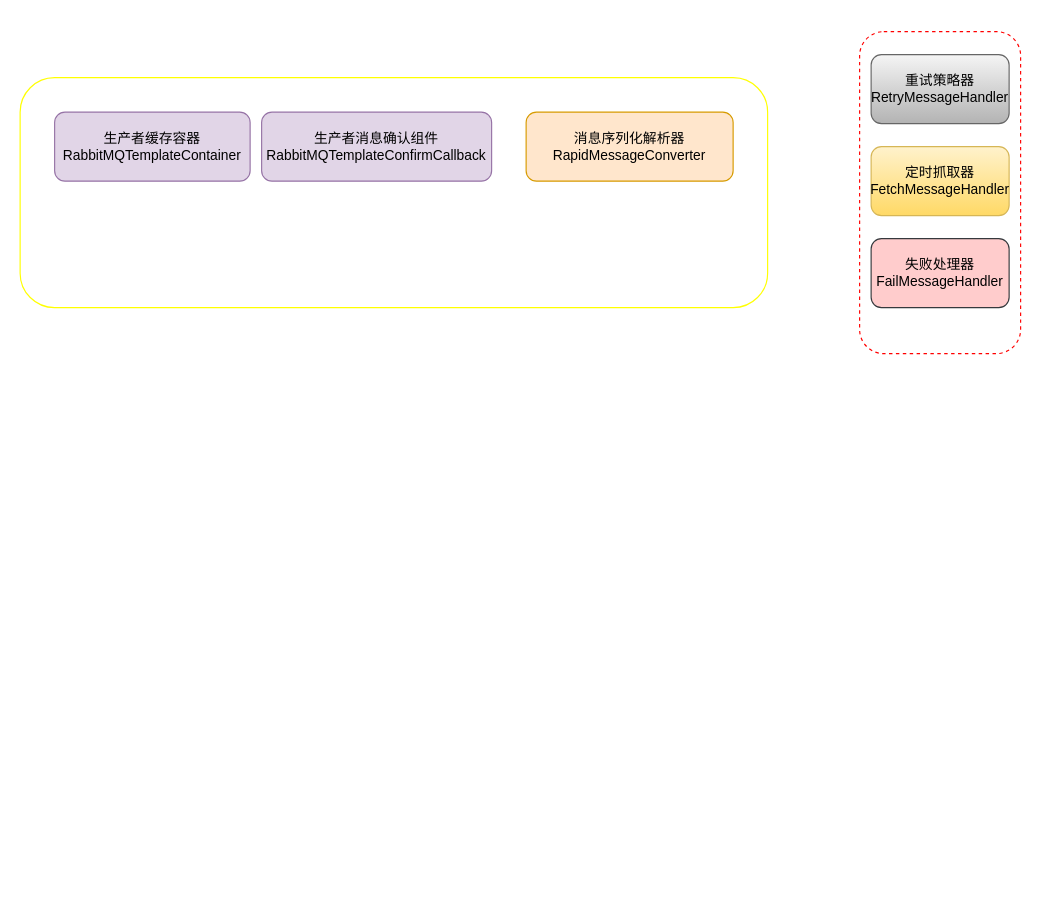
Earlier version of the draw.io diagram src/Untitled Diagram.drawio (Yaphatesheart/goodStomach). Source tidied: cells renumbered, new cells numbered last; positions are measured from the earlier drawing's top-left corner, leaving out a move shared by most shapes. Both pictures are drawn from the tidied source at 115%, with x=0, y=0 at pixel (20, 31).
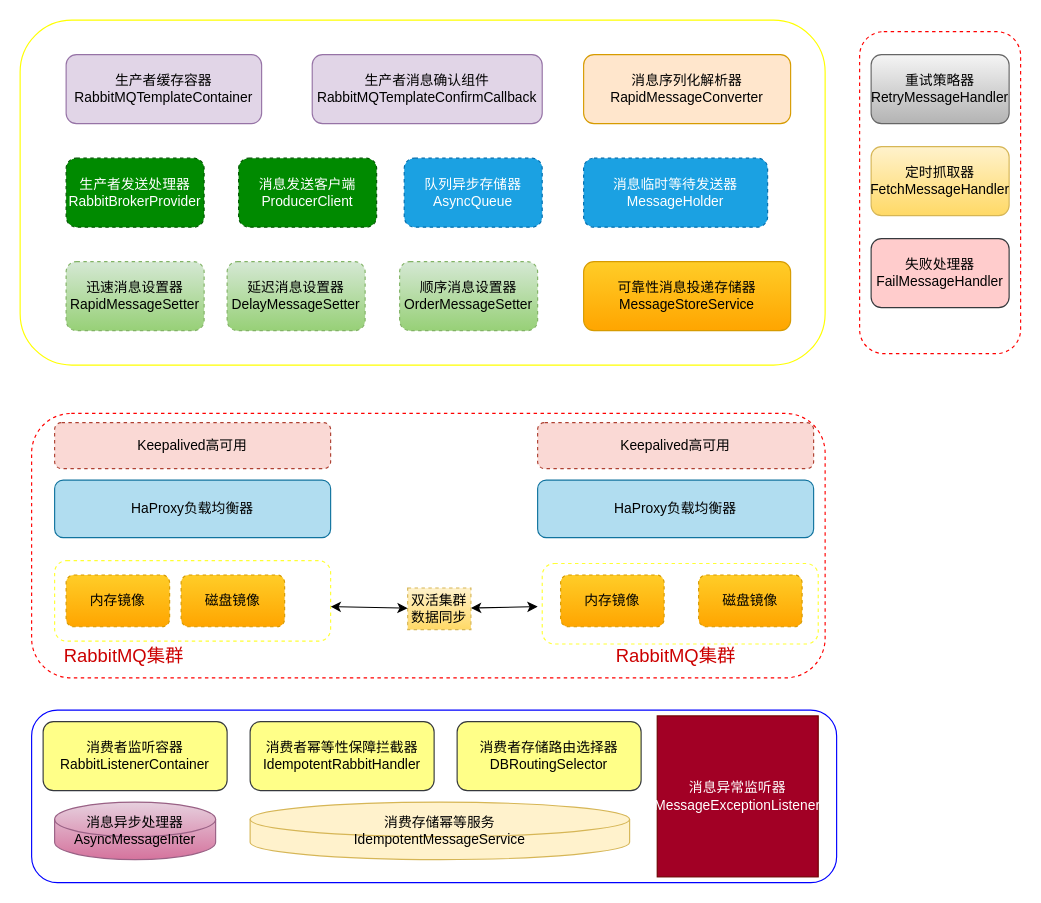
After the change.

Diff of the diagram source:
```diff
@@
     <mxCell id="2" style="rounded=1;whiteSpace=wrap;html=1;strokeColor=#FFFF00;" parent="1" vertex="1">
-      <mxGeometry y="40" width="650" height="200" as="geometry" />
+      <mxGeometry y="-10" width="700" height="300" as="geometry" />
     </mxCell>
     <mxCell id="3" value="生产者缓存容器&lt;br&gt;RabbitMQTemplateContainer" style="rounded=1;whiteSpace=wrap;html=1;fillColor=#e1d5e7;strokeColor=#9673a6;" parent="1" vertex="1">
-      <mxGeometry x="30" y="70" width="170" height="60" as="geometry" />
+      <mxGeometry x="40" y="20" width="170" height="60" as="geometry" />
     </mxCell>
     <mxCell id="4" value="生产者消息确认组件&lt;br&gt;RabbitMQTemplateConfirmCallback" style="rounded=1;whiteSpace=wrap;html=1;fillColor=#e1d5e7;strokeColor=#9673a6;" parent="1" vertex="1">
-      <mxGeometry x="210" y="70" width="200" height="60" as="geometry" />
+      <mxGeometry x="254" y="20" width="200" height="60" as="geometry" />
     </mxCell>
     <mxCell id="5" value="消息序列化解析器&lt;br&gt;RapidMessageConverter" style="rounded=1;whiteSpace=wrap;html=1;fillColor=#ffe6cc;strokeColor=#d79b00;" parent="1" vertex="1">
-      <mxGeometry x="440" y="70" width="180" height="60" as="geometry" />
+      <mxGeometry x="490" y="20" width="180" height="60" as="geometry" />
     </mxCell>
@@
+    <mxCell id="11" value="生产者发送处理器&lt;br&gt;RabbitBrokerProvider" style="rounded=1;whiteSpace=wrap;html=1;dashed=1;strokeColor=#005700;fillColor=#008a00;fontColor=#ffffff;" parent="1" vertex="1">
+      <mxGeometry x="40" y="110" width="120" height="60" as="geometry" />
+    </mxCell>
+    <mxCell id="12" value="消息发送客户端&lt;br&gt;ProducerClient" style="rounded=1;whiteSpace=wrap;html=1;dashed=1;strokeColor=#005700;fillColor=#008a00;fontColor=#ffffff;" parent="1" vertex="1">
+      <mxGeometry x="190" y="110" width="120" height="60" as="geometry" />
+    </mxCell>
+    <mxCell id="13" value="队列异步存储器&lt;br&gt;AsyncQueue" style="rounded=1;whiteSpace=wrap;html=1;dashed=1;strokeColor=#006EAF;fillColor=#1ba1e2;fontColor=#ffffff;" parent="1" vertex="1">
+      <mxGeometry x="334" y="110" width="120" height="60" as="geometry" />
+    </mxCell>
+    <mxCell id="14" value="消息临时等待发送器&lt;br&gt;MessageHolder" style="rounded=1;whiteSpace=wrap;html=1;dashed=1;strokeColor=#006EAF;fillColor=#1ba1e2;fontColor=#ffffff;" parent="1" vertex="1">
+      <mxGeometry x="490" y="110" width="160" height="60" as="geometry" />
+    </mxCell>
+    <mxCell id="15" value="迅速消息设置器&lt;br&gt;RapidMessageSetter" style="rounded=1;whiteSpace=wrap;html=1;dashed=1;strokeColor=#82b366;fillColor=#d5e8d4;gradientColor=#97d077;" parent="1" vertex="1">
+      <mxGeometry x="40" y="200" width="120" height="60" as="geometry" />
+    </mxCell>
+    <mxCell id="16" value="延迟消息设置器&lt;br&gt;DelayMessageSetter" style="rounded=1;whiteSpace=wrap;html=1;dashed=1;strokeColor=#82b366;fillColor=#d5e8d4;gradientColor=#97d077;" parent="1" vertex="1">
+      <mxGeometry x="180" y="200" width="120" height="60" as="geometry" />
+    </mxCell>
+    <mxCell id="17" value="顺序消息设置器&lt;br&gt;OrderMessageSetter" style="rounded=1;whiteSpace=wrap;html=1;dashed=1;strokeColor=#82b366;fillColor=#d5e8d4;gradientColor=#97d077;" parent="1" vertex="1">
+      <mxGeometry x="330" y="200" width="120" height="60" as="geometry" />
+    </mxCell>
+    <mxCell id="18" value="可靠性消息投递存储器&lt;br&gt;MessageStoreService" style="rounded=1;whiteSpace=wrap;html=1;strokeColor=#d79b00;fillColor=#ffcd28;gradientColor=#ffa500;" parent="1" vertex="1">
+      <mxGeometry x="490" y="200" width="180" height="60" as="geometry" />
+    </mxCell>
+    <mxCell id="19" style="rounded=1;whiteSpace=wrap;html=1;strokeColor=#FF0000;dashed=1;" parent="1" vertex="1">
+      <mxGeometry x="10" y="332" width="690" height="230" as="geometry" />
+    </mxCell>
+    <mxCell id="20" value="Keepalived高可用" style="rounded=1;whiteSpace=wrap;html=1;dashed=1;strokeColor=#ae4132;fillColor=#fad9d5;" parent="1" vertex="1">
+      <mxGeometry x="30" y="340" width="240" height="40" as="geometry" />
+    </mxCell>
+    <mxCell id="21" value="Keepalived高可用" style="rounded=1;whiteSpace=wrap;html=1;dashed=1;strokeColor=#ae4132;fillColor=#fad9d5;" parent="1" vertex="1">
+      <mxGeometry x="450" y="340" width="240" height="40" as="geometry" />
+    </mxCell>
+    <mxCell id="22" value="HaProxy负载均衡器" style="rounded=1;whiteSpace=wrap;html=1;strokeColor=#10739e;fillColor=#b1ddf0;" parent="1" vertex="1">
+      <mxGeometry x="30" y="390" width="240" height="50" as="geometry" />
+    </mxCell>
+    <mxCell id="23" value="HaProxy负载均衡器" style="rounded=1;whiteSpace=wrap;html=1;strokeColor=#10739e;fillColor=#b1ddf0;" parent="1" vertex="1">
+      <mxGeometry x="450" y="390" width="240" height="50" as="geometry" />
+    </mxCell>
+    <mxCell id="24" style="rounded=1;whiteSpace=wrap;html=1;dashed=1;strokeColor=#FFFF33;" parent="1" vertex="1">
+      <mxGeometry x="30" y="460" width="240" height="70" as="geometry" />
+    </mxCell>
+    <mxCell id="25" value="内存镜像" style="rounded=1;whiteSpace=wrap;html=1;dashed=1;strokeColor=#d79b00;fillColor=#ffcd28;gradientColor=#ffa500;" parent="1" vertex="1">
+      <mxGeometry x="40" y="472.5" width="90" height="45" as="geometry" />
+    </mxCell>
+    <mxCell id="26" value="磁盘镜像" style="rounded=1;whiteSpace=wrap;html=1;dashed=1;strokeColor=#d79b00;fillColor=#ffcd28;gradientColor=#ffa500;" parent="1" vertex="1">
+      <mxGeometry x="140" y="472.5" width="90" height="45" as="geometry" />
+    </mxCell>
+    <mxCell id="27" style="rounded=1;whiteSpace=wrap;html=1;dashed=1;strokeColor=#FFFF33;" parent="1" vertex="1">
+      <mxGeometry x="454" y="462.5" width="240" height="70" as="geometry" />
+    </mxCell>
+    <mxCell id="28" value="内存镜像" style="rounded=1;whiteSpace=wrap;html=1;dashed=1;strokeColor=#d79b00;fillColor=#ffcd28;gradientColor=#ffa500;" parent="1" vertex="1">
+      <mxGeometry x="470" y="472.5" width="90" height="45" as="geometry" />
+    </mxCell>
+    <mxCell id="29" value="磁盘镜像" style="rounded=1;whiteSpace=wrap;html=1;dashed=1;strokeColor=#d79b00;fillColor=#ffcd28;gradientColor=#ffa500;" parent="1" vertex="1">
+      <mxGeometry x="590" y="472.5" width="90" height="45" as="geometry" />
+    </mxCell>
+    <mxCell id="30" style="endArrow=classic;startArrow=classic;html=1;" parent="1" edge="1" source="31">
+      <mxGeometry relative="1" as="geometry">
+        <mxPoint x="450" y="500" as="targetPoint" />
+      </mxGeometry>
+    </mxCell>
+    <mxCell id="31" value="双活集群&lt;br&gt;数据同步" style="text;html=1;strokeColor=#d6b656;fillColor=#fff2cc;align=center;verticalAlign=middle;whiteSpace=wrap;rounded=0;dashed=1;gradientColor=#ffd966;" parent="1" vertex="1">
+      <mxGeometry x="337" y="483.8" width="55" height="36.2" as="geometry" />
+    </mxCell>
+    <mxCell id="32" style="endArrow=classic;startArrow=classic;html=1;" parent="1" edge="1" target="31">
+      <mxGeometry relative="1" as="geometry">
+        <mxPoint x="270" y="500" as="sourcePoint" />
+      </mxGeometry>
+    </mxCell>
+    <mxCell id="33" value="&lt;font color=&quot;#cc0000&quot; style=&quot;font-size: 16px&quot;&gt;RabbitMQ集群&lt;/font&gt;" style="text;html=1;align=center;verticalAlign=middle;" parent="1" vertex="1">
+      <mxGeometry x="30" y="532.5" width="120" height="20" as="geometry" />
+    </mxCell>
+    <mxCell id="34" value="&lt;font color=&quot;#cc0000&quot; style=&quot;font-size: 16px&quot;&gt;RabbitMQ集群&lt;/font&gt;" style="text;html=1;align=center;verticalAlign=middle;" parent="1" vertex="1">
+      <mxGeometry x="510" y="532.5" width="120" height="20" as="geometry" />
+    </mxCell>
+    <mxCell id="35" style="rounded=1;whiteSpace=wrap;html=1;strokeColor=#0000FF;" parent="1" vertex="1">
+      <mxGeometry x="10" y="590" width="700" height="150" as="geometry" />
+    </mxCell>
+    <mxCell id="36" value="消费者监听容器&lt;br&gt;RabbitListenerContainer" style="rounded=1;whiteSpace=wrap;html=1;strokeColor=#36393d;fillColor=#ffff88;" parent="1" vertex="1">
+      <mxGeometry x="20" y="600" width="160" height="60" as="geometry" />
+    </mxCell>
+    <mxCell id="37" value="消费者幂等性保障拦截器&lt;br&gt;IdempotentRabbitHandler" style="rounded=1;whiteSpace=wrap;html=1;strokeColor=#36393d;fillColor=#ffff88;" parent="1" vertex="1">
+      <mxGeometry x="200" y="600" width="160" height="60" as="geometry" />
+    </mxCell>
+    <mxCell id="38" value="消费者存储路由选择器&lt;br&gt;DBRoutingSelector" style="rounded=1;whiteSpace=wrap;html=1;strokeColor=#36393d;fillColor=#ffff88;" parent="1" vertex="1">
+      <mxGeometry x="380" y="600" width="160" height="60" as="geometry" />
+    </mxCell>
+    <mxCell id="39" value="消息异步处理器&lt;br&gt;AsyncMessageInter" style="shape=cylinder2;whiteSpace=wrap;html=1;boundedLbl=1;backgroundOutline=1;size=15;strokeColor=#996185;gradientColor=#d5739d;fillColor=#e6d0de;" parent="1" vertex="1">
+      <mxGeometry x="30" y="670" width="140" height="50" as="geometry" />
+    </mxCell>
+    <mxCell id="40" value="消费存储幂等服务&lt;br&gt;IdempotentMessageService" style="shape=cylinder2;whiteSpace=wrap;html=1;boundedLbl=1;backgroundOutline=1;size=15;strokeColor=#d6b656;fillColor=#fff2cc;" parent="1" vertex="1">
+      <mxGeometry x="200" y="670" width="330" height="50" as="geometry" />
+    </mxCell>
+    <mxCell id="41" value="消息异常监听器&lt;br&gt;MessageExceptionListener" style="whiteSpace=wrap;html=1;strokeColor=#6F0000;fillColor=#a20025;fontColor=#ffffff;" parent="1" vertex="1">
+      <mxGeometry x="554" y="595" width="140" height="140" as="geometry" />
+    </mxCell>
```
